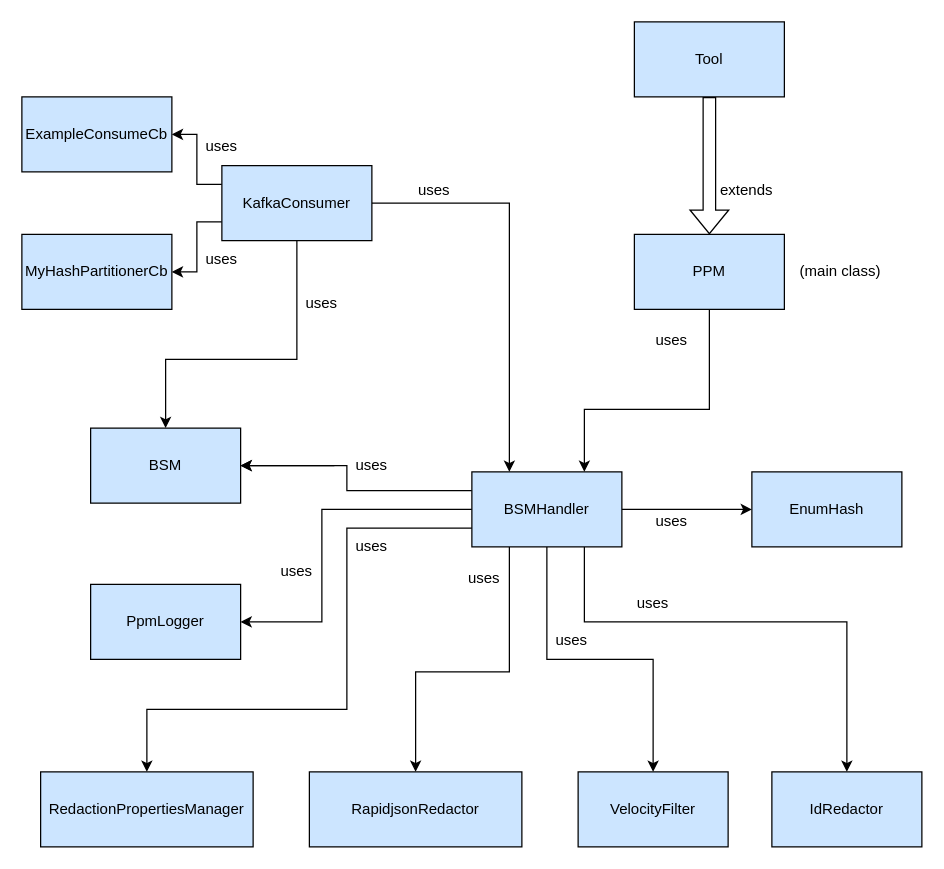
The draw.io diagram docs/diagrams/class-usage/PPM Class Usage.drawio in usdot-jpo-ode/jpo-cvdp, before the edit. Source tidied: cells renumbered, new cells numbered last; positions are measured from the earlier drawing's top-left corner, leaving out a move shared by most shapes. Both pictures are drawn from the tidied source at 125%, with x=0, y=0 at pixel (21, 21).
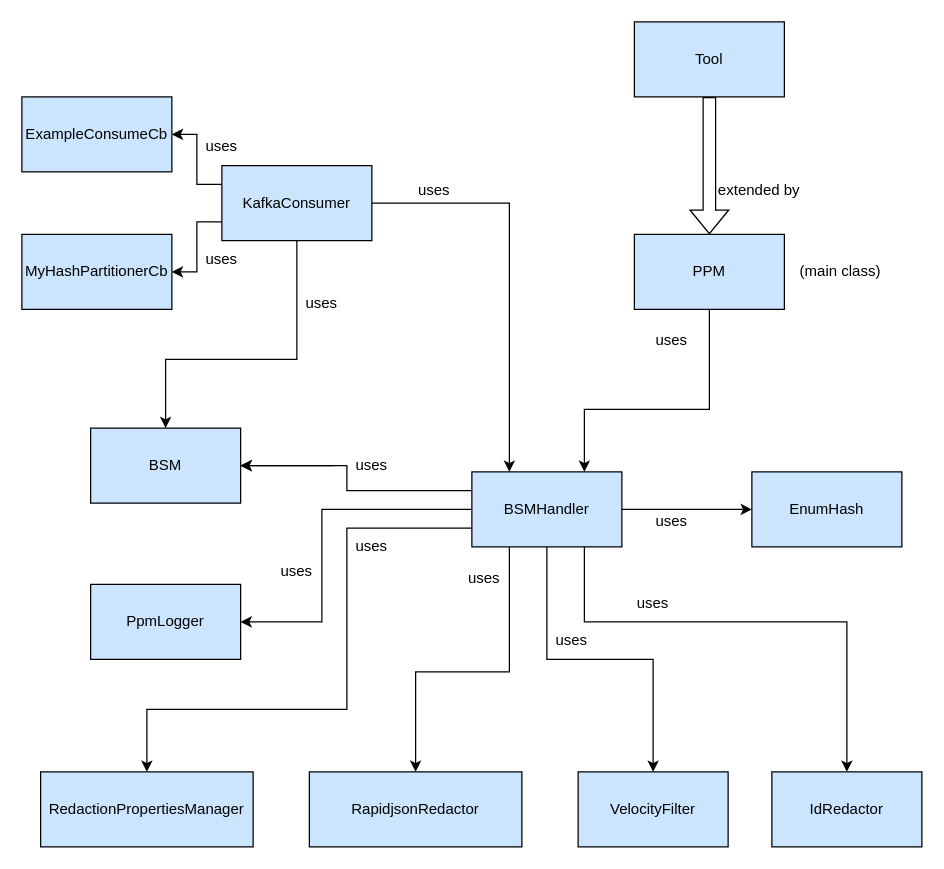
The same diagram, later.

Commit message (it also covers changes not shown here):
Updated PPM Class Usage diagram

Change to the diagram source:
```diff
@@
-    <mxCell id="17" value="extends" style="text;html=1;strokeColor=none;fillColor=none;align=center;verticalAlign=middle;whiteSpace=wrap;rounded=0;" parent="1" vertex="1">
-      <mxGeometry x="550" y="120" width="60" height="30" as="geometry" />
+    <mxCell id="17" value="extended by" style="text;html=1;strokeColor=none;fillColor=none;align=center;verticalAlign=middle;whiteSpace=wrap;rounded=0;" parent="1" vertex="1">
+      <mxGeometry x="550" y="120" width="80" height="30" as="geometry" />
     </mxCell>
```
